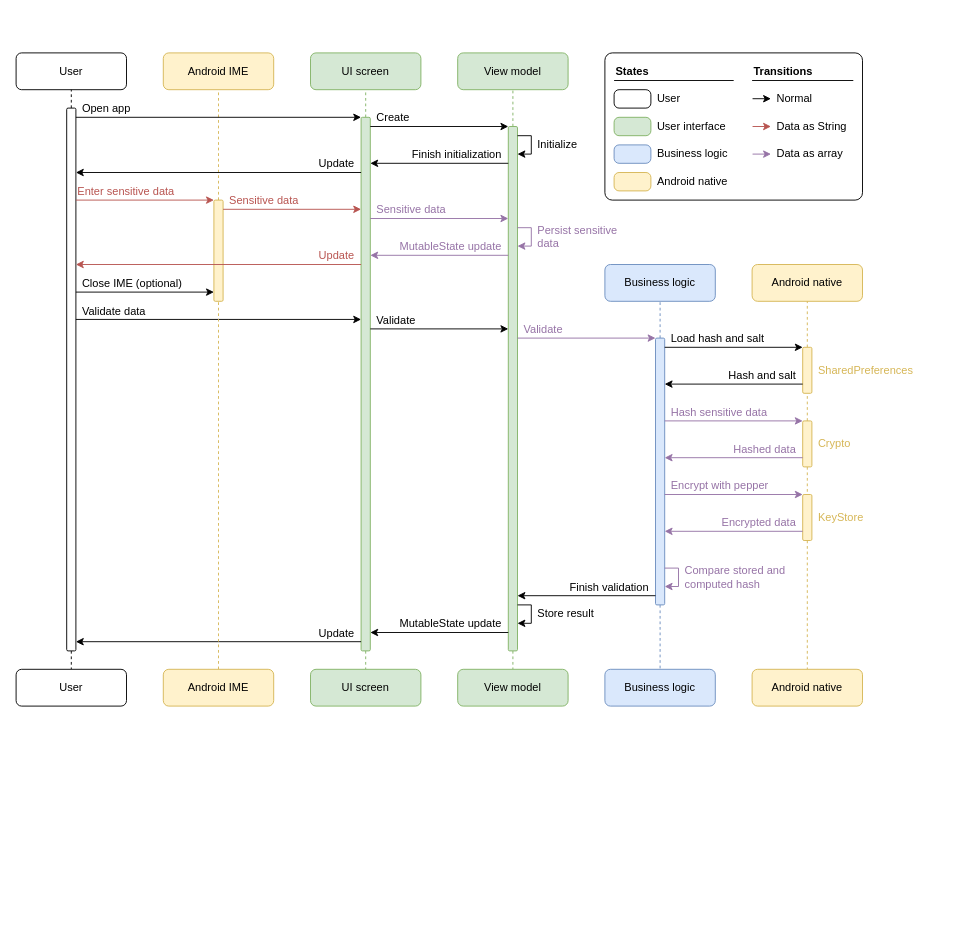
Christian-2003/password-vault keeps this draw.io diagram as docs/img/security/auth_data_flow.drawio. Above is the earlier version. Source tidied: cells renumbered, new cells numbered last; positions are measured from the earlier drawing's top-left corner, leaving out a move shared by most shapes. Both pictures are drawn from the tidied source at 92%, with x=0, y=0 at pixel (16, 52).
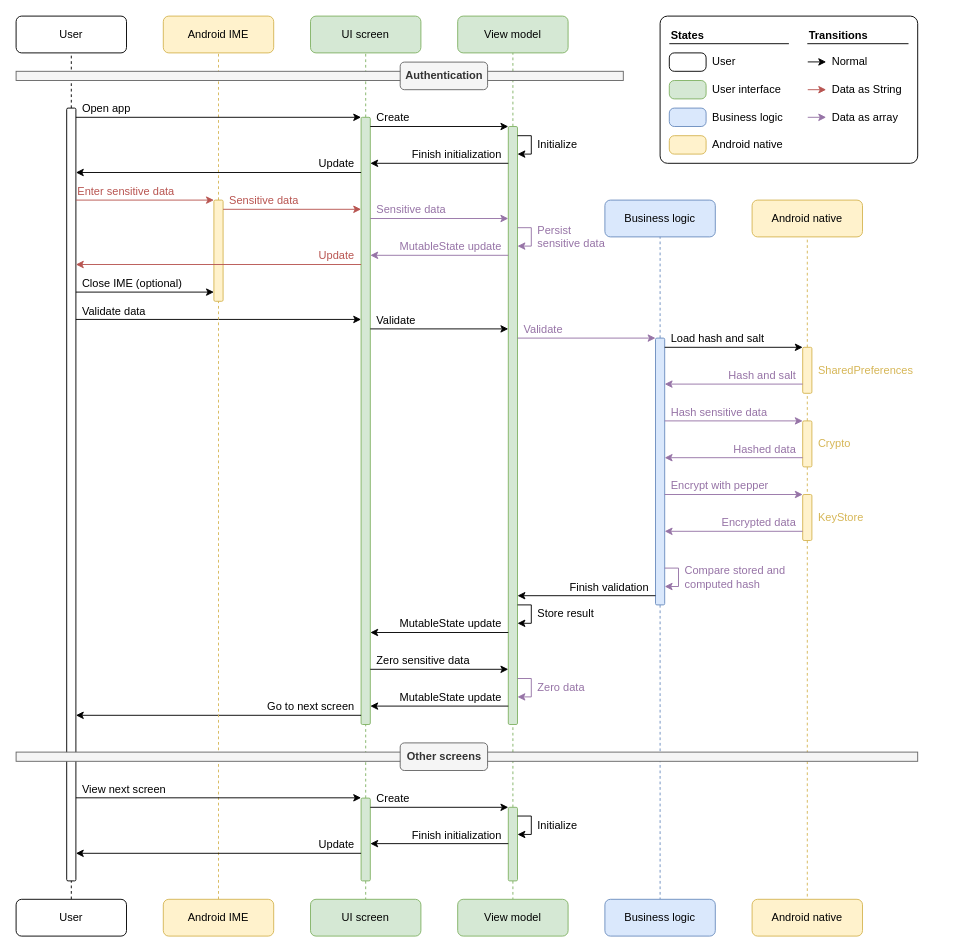
After the change.

Commit message (it also covers changes not shown here):
Auth risk analysis: Changes to data flow

Diff of the diagram source:
```diff
@@
-    <mxCell id="2" style="rounded=1;whiteSpace=wrap;html=1;fillColor=none;arcSize=5;" parent="1" vertex="1">
-      <mxGeometry x="640" width="280" height="160" as="geometry" />
-    </mxCell>
     <mxCell id="3" value="User" style="rounded=1;whiteSpace=wrap;html=1;" parent="1" vertex="1">
-      <mxGeometry width="120" height="40" as="geometry" />
+      <mxGeometry y="-40" width="120" height="40" as="geometry" />
     </mxCell>
@@
-    <mxCell id="5" style="edgeStyle=orthogonalEdgeStyle;rounded=0;jettySize=auto;html=1;exitX=0.5;exitY=1;exitDx=0;exitDy=0;entryX=0.5;entryY=0;entryDx=0;entryDy=0;endArrow=none;endFill=0;dashed=1;" parent="1" edge="1" source="6" target="85">
-      <mxGeometry relative="1" as="geometry" />
+    <mxCell id="5" style="edgeStyle=orthogonalEdgeStyle;rounded=0;jettySize=auto;html=1;exitX=0.5;exitY=1;exitDx=0;exitDy=0;entryX=0.5;entryY=0;entryDx=0;entryDy=0;endArrow=none;endFill=0;dashed=1;" parent="1" edge="1" target="85">
+      <mxGeometry relative="1" as="geometry">
+        <mxPoint x="60" y="920" as="sourcePoint" />
+      </mxGeometry>
     </mxCell>
     <mxCell id="6" style="rounded=1;whiteSpace=wrap;html=1;" parent="1" vertex="1">
-      <mxGeometry x="55" y="60" width="10" height="590" as="geometry" />
+      <mxGeometry x="55" y="60" width="10" height="840" as="geometry" />
     </mxCell>
     <mxCell id="7" value="Android IME" style="rounded=1;whiteSpace=wrap;html=1;fillColor=#fff2cc;strokeColor=#d6b656;" parent="1" vertex="1">
-      <mxGeometry x="160" width="120" height="40" as="geometry" />
+      <mxGeometry x="160" y="-40" width="120" height="40" as="geometry" />
     </mxCell>
     <mxCell id="8" value="View model" style="rounded=1;whiteSpace=wrap;html=1;fillColor=#d5e8d4;strokeColor=#82b366;" parent="1" vertex="1">
-      <mxGeometry x="480" width="120" height="40" as="geometry" />
+      <mxGeometry x="480" y="-40" width="120" height="40" as="geometry" />
     </mxCell>
     <mxCell id="9" value="Business logic" style="rounded=1;whiteSpace=wrap;html=1;fillColor=#dae8fc;strokeColor=#6c8ebf;" parent="1" vertex="1">
-      <mxGeometry x="640" y="230" width="120" height="40" as="geometry" />
+      <mxGeometry x="640" y="160" width="120" height="40" as="geometry" />
     </mxCell>
     <mxCell id="10" value="Android native" style="rounded=1;whiteSpace=wrap;html=1;fillColor=#fff2cc;strokeColor=#d6b656;" parent="1" vertex="1">
-      <mxGeometry x="800" y="230" width="120" height="40" as="geometry" />
+      <mxGeometry x="800" y="160" width="120" height="40" as="geometry" />
     </mxCell>
@@
-    <mxCell id="14" style="edgeStyle=orthogonalEdgeStyle;rounded=0;jettySize=auto;html=1;exitX=0.5;exitY=1;exitDx=0;exitDy=0;entryX=0.5;entryY=0;entryDx=0;entryDy=0;endArrow=none;endFill=0;dashed=1;fillColor=#d5e8d4;strokeColor=#82b366;" parent="1" edge="1" source="15" target="88">
+    <mxCell id="14" style="edgeStyle=orthogonalEdgeStyle;rounded=0;jettySize=auto;html=1;exitX=0.5;exitY=1;exitDx=0;exitDy=0;entryX=0.5;entryY=0;entryDx=0;entryDy=0;endArrow=none;endFill=0;dashed=1;fillColor=#d5e8d4;strokeColor=#82b366;" parent="1" edge="1" source="120" target="88">
       <mxGeometry relative="1" as="geometry" />
     </mxCell>
     <mxCell id="15" style="rounded=1;whiteSpace=wrap;html=1;fillColor=#d5e8d4;strokeColor=#82b366;" parent="1" vertex="1">
-      <mxGeometry x="535" y="80" width="10" height="570" as="geometry" />
+      <mxGeometry x="535" y="80" width="10" height="650" as="geometry" />
     </mxCell>
@@
     <mxCell id="23" value="UI screen" style="rounded=1;whiteSpace=wrap;html=1;fillColor=#d5e8d4;strokeColor=#82b366;" parent="1" vertex="1">
-      <mxGeometry x="320" width="120" height="40" as="geometry" />
+      <mxGeometry x="320" y="-40" width="120" height="40" as="geometry" />
     </mxCell>
@@
-    <mxCell id="25" style="edgeStyle=orthogonalEdgeStyle;rounded=0;jettySize=auto;html=1;exitX=0.5;exitY=1;exitDx=0;exitDy=0;entryX=0.5;entryY=0;entryDx=0;entryDy=0;endArrow=none;endFill=0;dashed=1;fillColor=#d5e8d4;strokeColor=#82b366;" parent="1" edge="1" source="26" target="91">
+    <mxCell id="25" style="edgeStyle=orthogonalEdgeStyle;rounded=0;jettySize=auto;html=1;exitX=0.5;exitY=1;exitDx=0;exitDy=0;entryX=0.5;entryY=0;entryDx=0;entryDy=0;endArrow=none;endFill=0;dashed=1;fillColor=#d5e8d4;strokeColor=#82b366;" parent="1" edge="1" source="118" target="91">
       <mxGeometry relative="1" as="geometry" />
     </mxCell>
     <mxCell id="26" style="rounded=1;whiteSpace=wrap;html=1;fillColor=#d5e8d4;strokeColor=#82b366;" parent="1" vertex="1">
-      <mxGeometry x="375" y="70" width="10" height="580" as="geometry" />
+      <mxGeometry x="375" y="70" width="10" height="660" as="geometry" />
     </mxCell>
@@
-    <mxCell id="42" value="Persist sensitive data" style="text;html=1;whiteSpace=wrap;strokeColor=none;fillColor=none;align=left;verticalAlign=middle;rounded=0;fontColor=#9673A6;" parent="1" vertex="1">
+    <mxCell id="42" value="&lt;div&gt;Persist&lt;/div&gt;&lt;div&gt;sensitive data&lt;/div&gt;" style="text;html=1;whiteSpace=wrap;strokeColor=none;fillColor=none;align=left;verticalAlign=middle;rounded=0;fontColor=#9673A6;" parent="1" vertex="1">
       <mxGeometry x="565" y="190" width="105" height="20" as="geometry" />
     </mxCell>
@@
-    <mxCell id="57" style="endArrow=none;html=1;rounded=0;endFill=0;startArrow=classic;startFill=1;" parent="1" edge="1">
+    <mxCell id="57" style="endArrow=none;html=1;rounded=0;endFill=0;startArrow=classic;startFill=1;fillColor=#e1d5e7;strokeColor=#9673a6;" parent="1" edge="1">
       <mxGeometry relative="1" as="geometry">
         <mxPoint x="705" y="360" as="sourcePoint" />
         <mxPoint x="855" y="360" as="targetPoint" />
       </mxGeometry>
     </mxCell>
-    <mxCell id="58" value="Hash and salt" style="text;html=1;whiteSpace=wrap;strokeColor=none;fillColor=none;align=right;verticalAlign=bottom;rounded=0;" parent="1" vertex="1">
+    <mxCell id="58" value="Hash and salt" style="text;html=1;whiteSpace=wrap;strokeColor=none;fillColor=none;align=right;verticalAlign=bottom;rounded=0;fontColor=#9673A6;" parent="1" vertex="1">
       <mxGeometry x="720" y="340" width="130" height="20" as="geometry" />
     </mxCell>
     <mxCell id="59" value="SharedPreferences" style="text;html=1;whiteSpace=wrap;strokeColor=none;fillColor=none;align=left;verticalAlign=middle;rounded=0;fontColor=#D6B656;" parent="1" vertex="1">
-      <mxGeometry x="870" y="320" width="150" height="50" as="geometry" />
+      <mxGeometry x="870" y="320" width="110" height="50" as="geometry" />
     </mxCell>
@@
     <mxCell id="63" value="Crypto" style="text;html=1;whiteSpace=wrap;strokeColor=none;fillColor=none;align=left;verticalAlign=middle;rounded=0;fontColor=#D6B656;" parent="1" vertex="1">
-      <mxGeometry x="870" y="400" width="150" height="50" as="geometry" />
+      <mxGeometry x="870" y="400" width="110" height="50" as="geometry" />
     </mxCell>
@@
     <mxCell id="72" value="KeyStore" style="text;html=1;whiteSpace=wrap;strokeColor=none;fillColor=none;align=left;verticalAlign=middle;rounded=0;fontColor=#D6B656;" parent="1" vertex="1">
-      <mxGeometry x="870" y="480" width="150" height="50" as="geometry" />
+      <mxGeometry x="870" y="480" width="110" height="50" as="geometry" />
     </mxCell>
@@
     <mxCell id="83" style="endArrow=none;html=1;rounded=0;endFill=0;startArrow=classic;startFill=1;" parent="1" edge="1">
       <mxGeometry relative="1" as="geometry">
-        <mxPoint x="65" y="640" as="sourcePoint" />
-        <mxPoint x="375" y="640" as="targetPoint" />
+        <mxPoint x="65" y="720" as="sourcePoint" />
+        <mxPoint x="375" y="720" as="targetPoint" />
       </mxGeometry>
     </mxCell>
-    <mxCell id="84" value="Update" style="text;html=1;whiteSpace=wrap;strokeColor=none;fillColor=none;align=right;verticalAlign=bottom;rounded=0;" parent="1" vertex="1">
-      <mxGeometry x="240" y="620" width="130" height="20" as="geometry" />
+    <mxCell id="84" value="Go to next screen" style="text;html=1;whiteSpace=wrap;strokeColor=none;fillColor=none;align=right;verticalAlign=bottom;rounded=0;" parent="1" vertex="1">
+      <mxGeometry x="240" y="700" width="130" height="20" as="geometry" />
     </mxCell>
+    <mxCell id="110" style="edgeStyle=orthogonalEdgeStyle;rounded=0;jettySize=auto;html=1;exitX=0.5;exitY=0;exitDx=0;exitDy=0;entryX=0.5;entryY=1;entryDx=0;entryDy=0;endArrow=none;endFill=0;dashed=1;" parent="1" edge="1" source="85" target="6">
+      <mxGeometry relative="1" as="geometry" />
+    </mxCell>
     <mxCell id="85" value="User" style="rounded=1;whiteSpace=wrap;html=1;" parent="1" vertex="1">
-      <mxGeometry y="670" width="120" height="40" as="geometry" />
+      <mxGeometry y="920" width="120" height="40" as="geometry" />
     </mxCell>
@@
     <mxCell id="87" value="Android IME" style="rounded=1;whiteSpace=wrap;html=1;fillColor=#fff2cc;strokeColor=#d6b656;" parent="1" vertex="1">
-      <mxGeometry x="160" y="670" width="120" height="40" as="geometry" />
+      <mxGeometry x="160" y="920" width="120" height="40" as="geometry" />
     </mxCell>
     <mxCell id="88" value="View model" style="rounded=1;whiteSpace=wrap;html=1;fillColor=#d5e8d4;strokeColor=#82b366;" parent="1" vertex="1">
-      <mxGeometry x="480" y="670" width="120" height="40" as="geometry" />
+      <mxGeometry x="480" y="920" width="120" height="40" as="geometry" />
     </mxCell>
     <mxCell id="89" value="Business logic" style="rounded=1;whiteSpace=wrap;html=1;fillColor=#dae8fc;strokeColor=#6c8ebf;" parent="1" vertex="1">
-      <mxGeometry x="640" y="670" width="120" height="40" as="geometry" />
+      <mxGeometry x="640" y="920" width="120" height="40" as="geometry" />
     </mxCell>
     <mxCell id="90" value="Android native" style="rounded=1;whiteSpace=wrap;html=1;fillColor=#fff2cc;strokeColor=#d6b656;" parent="1" vertex="1">
-      <mxGeometry x="800" y="670" width="120" height="40" as="geometry" />
+      <mxGeometry x="800" y="920" width="120" height="40" as="geometry" />
     </mxCell>
     <mxCell id="91" value="UI screen" style="rounded=1;whiteSpace=wrap;html=1;fillColor=#d5e8d4;strokeColor=#82b366;" parent="1" vertex="1">
-      <mxGeometry x="320" y="670" width="120" height="40" as="geometry" />
+      <mxGeometry x="320" y="920" width="120" height="40" as="geometry" />
     </mxCell>
     <mxCell id="92" style="rounded=1;whiteSpace=wrap;html=1;arcSize=27;" parent="1" vertex="1">
-      <mxGeometry x="650" y="40" width="40" height="20" as="geometry" />
+      <mxGeometry x="710" width="40" height="20" as="geometry" />
     </mxCell>
     <mxCell id="93" value="States" style="text;html=1;whiteSpace=wrap;strokeColor=none;fillColor=none;align=left;verticalAlign=bottom;rounded=0;fontStyle=1;" parent="1" vertex="1">
-      <mxGeometry x="650" y="10" width="130" height="20" as="geometry" />
+      <mxGeometry x="710" y="-30" width="130" height="20" as="geometry" />
     </mxCell>
     <mxCell id="94" style="rounded=1;whiteSpace=wrap;html=1;arcSize=27;fillColor=#d5e8d4;strokeColor=#82b366;" parent="1" vertex="1">
-      <mxGeometry x="650" y="70" width="40" height="20" as="geometry" />
+      <mxGeometry x="710" y="30" width="40" height="20" as="geometry" />
     </mxCell>
     <mxCell id="95" style="rounded=1;whiteSpace=wrap;html=1;arcSize=27;fillColor=#dae8fc;strokeColor=#6c8ebf;" parent="1" vertex="1">
-      <mxGeometry x="650" y="100" width="40" height="20" as="geometry" />
+      <mxGeometry x="710" y="60" width="40" height="20" as="geometry" />
     </mxCell>
     <mxCell id="96" style="rounded=1;whiteSpace=wrap;html=1;arcSize=27;fillColor=#fff2cc;strokeColor=#d6b656;" parent="1" vertex="1">
-      <mxGeometry x="650" y="130" width="40" height="20" as="geometry" />
+      <mxGeometry x="710" y="90" width="40" height="20" as="geometry" />
     </mxCell>
     <mxCell id="97" value="User" style="text;html=1;whiteSpace=wrap;strokeColor=none;fillColor=none;align=left;verticalAlign=middle;rounded=0;" parent="1" vertex="1">
-      <mxGeometry x="695" y="40" width="85" height="20" as="geometry" />
+      <mxGeometry x="755" width="85" height="20" as="geometry" />
     </mxCell>
     <mxCell id="98" value="User interface" style="text;html=1;whiteSpace=wrap;strokeColor=none;fillColor=none;align=left;verticalAlign=middle;rounded=0;" parent="1" vertex="1">
-      <mxGeometry x="695" y="70" width="85" height="20" as="geometry" />
+      <mxGeometry x="755" y="30" width="85" height="20" as="geometry" />
     </mxCell>
     <mxCell id="99" value="Business logic" style="text;html=1;whiteSpace=wrap;strokeColor=none;fillColor=none;align=left;verticalAlign=middle;rounded=0;" parent="1" vertex="1">
-      <mxGeometry x="695" y="100" width="85" height="20" as="geometry" />
+      <mxGeometry x="755" y="60" width="85" height="20" as="geometry" />
     </mxCell>
     <mxCell id="100" value="Android native" style="text;html=1;whiteSpace=wrap;strokeColor=none;fillColor=none;align=left;verticalAlign=middle;rounded=0;" parent="1" vertex="1">
-      <mxGeometry x="695" y="130" width="85" height="20" as="geometry" />
+      <mxGeometry x="755" y="90" width="85" height="20" as="geometry" />
     </mxCell>
     <mxCell id="101" value="Transitions" style="text;html=1;whiteSpace=wrap;strokeColor=none;fillColor=none;align=left;verticalAlign=bottom;rounded=0;fontStyle=1;" parent="1" vertex="1">
-      <mxGeometry x="800" y="10" width="110" height="20" as="geometry" />
+      <mxGeometry x="860" y="-30" width="110" height="20" as="geometry" />
     </mxCell>
     <mxCell id="102" style="endArrow=classic;html=1;rounded=0;" parent="1" edge="1">
       <mxGeometry relative="1" as="geometry">
-        <mxPoint x="800.5" y="49.8" as="sourcePoint" />
-        <mxPoint x="820.5" y="49.8" as="targetPoint" />
+        <mxPoint x="860.5" y="9.8" as="sourcePoint" />
+        <mxPoint x="880.5" y="9.8" as="targetPoint" />
       </mxGeometry>
     </mxCell>
     <mxCell id="103" style="endArrow=classic;html=1;rounded=0;fillColor=#f8cecc;strokeColor=#b85450;" parent="1" edge="1">
       <mxGeometry relative="1" as="geometry">
-        <mxPoint x="800.5" y="80" as="sourcePoint" />
-        <mxPoint x="820.5" y="80" as="targetPoint" />
+        <mxPoint x="860.5" y="40" as="sourcePoint" />
+        <mxPoint x="880.5" y="40" as="targetPoint" />
       </mxGeometry>
     </mxCell>
     <mxCell id="104" style="endArrow=classic;html=1;rounded=0;fillColor=#e1d5e7;strokeColor=#9673a6;" parent="1" edge="1">
       <mxGeometry relative="1" as="geometry">
-        <mxPoint x="800.5" y="110" as="sourcePoint" />
-        <mxPoint x="820.5" y="110" as="targetPoint" />
+        <mxPoint x="860.5" y="70" as="sourcePoint" />
+        <mxPoint x="880.5" y="70" as="targetPoint" />
       </mxGeometry>
     </mxCell>
     <mxCell id="105" value="Normal" style="text;html=1;whiteSpace=wrap;strokeColor=none;fillColor=none;align=left;verticalAlign=middle;rounded=0;" parent="1" vertex="1">
-      <mxGeometry x="825" y="40" width="85" height="20" as="geometry" />
+      <mxGeometry x="885" width="85" height="20" as="geometry" />
     </mxCell>
     <mxCell id="106" value="Data as String" style="text;html=1;whiteSpace=wrap;strokeColor=none;fillColor=none;align=left;verticalAlign=middle;rounded=0;" parent="1" vertex="1">
-      <mxGeometry x="825" y="70" width="85" height="20" as="geometry" />
+      <mxGeometry x="885" y="30" width="85" height="20" as="geometry" />
     </mxCell>
     <mxCell id="107" value="Data as array" style="text;html=1;whiteSpace=wrap;strokeColor=none;fillColor=none;align=left;verticalAlign=middle;rounded=0;" parent="1" vertex="1">
-      <mxGeometry x="825" y="100" width="85" height="20" as="geometry" />
+      <mxGeometry x="885" y="60" width="85" height="20" as="geometry" />
     </mxCell>
@@
+    <mxCell id="111" style="endArrow=classic;html=1;rounded=0;" parent="1" edge="1">
+      <mxGeometry relative="1" as="geometry">
+        <mxPoint x="385" y="670" as="sourcePoint" />
+        <mxPoint x="535" y="670" as="targetPoint" />
+      </mxGeometry>
+    </mxCell>
+    <mxCell id="112" value="Zero sensitive data" style="text;html=1;whiteSpace=wrap;strokeColor=none;fillColor=none;align=left;verticalAlign=bottom;rounded=0;" parent="1" vertex="1">
+      <mxGeometry x="390" y="650" width="130" height="20" as="geometry" />
+    </mxCell>
+    <mxCell id="113" style="endArrow=classic;html=1;rounded=0;fillColor=#e1d5e7;strokeColor=#9673a6;" parent="1" edge="1">
+      <mxGeometry relative="1" as="geometry">
+        <mxPoint x="545" y="680" as="sourcePoint" />
+        <mxPoint x="545" y="700" as="targetPoint" />
+        <Array as="points">
+          <mxPoint x="560" y="680" />
+          <mxPoint x="560" y="700" />
+        </Array>
+      </mxGeometry>
+    </mxCell>
+    <mxCell id="114" value="Zero data" style="text;html=1;whiteSpace=wrap;strokeColor=none;fillColor=none;align=left;verticalAlign=middle;rounded=0;fontColor=#9673A6;" parent="1" vertex="1">
+      <mxGeometry x="565" y="680" width="105" height="20" as="geometry" />
+    </mxCell>
+    <mxCell id="115" style="endArrow=none;html=1;rounded=0;endFill=0;startArrow=classic;startFill=1;" parent="1" edge="1">
+      <mxGeometry relative="1" as="geometry">
+        <mxPoint x="385" y="710" as="sourcePoint" />
+        <mxPoint x="535" y="710" as="targetPoint" />
+      </mxGeometry>
+    </mxCell>
+    <mxCell id="116" value="MutableState update" style="text;html=1;whiteSpace=wrap;strokeColor=none;fillColor=none;align=right;verticalAlign=bottom;rounded=0;" parent="1" vertex="1">
+      <mxGeometry x="400" y="690" width="130" height="20" as="geometry" />
+    </mxCell>
+    <mxCell id="117" style="edgeStyle=orthogonalEdgeStyle;rounded=0;jettySize=auto;html=1;exitX=0.5;exitY=0;exitDx=0;exitDy=0;entryX=0.5;entryY=1;entryDx=0;entryDy=0;dashed=1;endArrow=none;endFill=0;fillColor=#d5e8d4;strokeColor=#82b366;" parent="1" edge="1" source="118" target="26">
+      <mxGeometry relative="1" as="geometry" />
+    </mxCell>
+    <mxCell id="118" style="rounded=1;whiteSpace=wrap;html=1;fillColor=#d5e8d4;strokeColor=#82b366;" parent="1" vertex="1">
+      <mxGeometry x="375" y="810" width="10" height="90" as="geometry" />
+    </mxCell>
+    <mxCell id="119" style="edgeStyle=orthogonalEdgeStyle;rounded=0;jettySize=auto;html=1;exitX=0.5;exitY=0;exitDx=0;exitDy=0;entryX=0.5;entryY=1;entryDx=0;entryDy=0;endArrow=none;endFill=0;dashed=1;fillColor=#d5e8d4;strokeColor=#82b366;" parent="1" edge="1" source="120" target="15">
+      <mxGeometry relative="1" as="geometry" />
+    </mxCell>
+    <mxCell id="120" style="rounded=1;whiteSpace=wrap;html=1;fillColor=#d5e8d4;strokeColor=#82b366;" parent="1" vertex="1">
+      <mxGeometry x="535" y="820" width="10" height="80" as="geometry" />
+    </mxCell>
+    <mxCell id="121" style="endArrow=classic;html=1;rounded=0;" parent="1" edge="1">
+      <mxGeometry relative="1" as="geometry">
+        <mxPoint x="65" y="809.7" as="sourcePoint" />
+        <mxPoint x="375" y="809.7" as="targetPoint" />
+      </mxGeometry>
+    </mxCell>
+    <mxCell id="122" value="View next screen" style="text;html=1;whiteSpace=wrap;strokeColor=none;fillColor=none;align=left;verticalAlign=bottom;rounded=0;" parent="1" vertex="1">
+      <mxGeometry x="70" y="790" width="130" height="20" as="geometry" />
+    </mxCell>
+    <mxCell id="123" style="endArrow=classic;html=1;rounded=0;" parent="1" edge="1">
+      <mxGeometry relative="1" as="geometry">
+        <mxPoint x="385" y="820" as="sourcePoint" />
+        <mxPoint x="535" y="820" as="targetPoint" />
+      </mxGeometry>
+    </mxCell>
+    <mxCell id="124" value="Create" style="text;html=1;whiteSpace=wrap;strokeColor=none;fillColor=none;align=left;verticalAlign=bottom;rounded=0;" parent="1" vertex="1">
+      <mxGeometry x="390" y="800" width="130" height="20" as="geometry" />
+    </mxCell>
+    <mxCell id="125" style="endArrow=classic;html=1;rounded=0;" parent="1" edge="1">
+      <mxGeometry relative="1" as="geometry">
+        <mxPoint x="545" y="829.5" as="sourcePoint" />
+        <mxPoint x="545" y="849.5" as="targetPoint" />
+        <Array as="points">
+          <mxPoint x="560" y="829.5" />
+          <mxPoint x="560" y="849.5" />
+        </Array>
+      </mxGeometry>
+    </mxCell>
+    <mxCell id="126" style="endArrow=none;html=1;rounded=0;endFill=0;startArrow=classic;startFill=1;" parent="1" edge="1">
+      <mxGeometry relative="1" as="geometry">
+        <mxPoint x="385" y="859.5" as="sourcePoint" />
+        <mxPoint x="535" y="859.5" as="targetPoint" />
+      </mxGeometry>
+    </mxCell>
+    <mxCell id="127" value="Finish initialization" style="text;html=1;whiteSpace=wrap;strokeColor=none;fillColor=none;align=right;verticalAlign=bottom;rounded=0;" parent="1" vertex="1">
+      <mxGeometry x="400" y="839.5" width="130" height="20" as="geometry" />
+    </mxCell>
+    <mxCell id="128" value="Initialize" style="text;html=1;whiteSpace=wrap;strokeColor=none;fillColor=none;align=left;verticalAlign=middle;rounded=0;" parent="1" vertex="1">
+      <mxGeometry x="565" y="830" width="105" height="20" as="geometry" />
+    </mxCell>
+    <mxCell id="129" style="endArrow=none;html=1;rounded=0;endFill=0;startArrow=classic;startFill=1;" parent="1" edge="1">
+      <mxGeometry relative="1" as="geometry">
+        <mxPoint x="65" y="870" as="sourcePoint" />
+        <mxPoint x="375" y="870" as="targetPoint" />
+      </mxGeometry>
+    </mxCell>
+    <mxCell id="130" value="Update" style="text;html=1;whiteSpace=wrap;strokeColor=none;fillColor=none;align=right;verticalAlign=bottom;rounded=0;" parent="1" vertex="1">
+      <mxGeometry x="240" y="850" width="130" height="20" as="geometry" />
+    </mxCell>
+    <mxCell id="131" style="rounded=0;whiteSpace=wrap;html=1;fillColor=#f5f5f5;fontColor=#333333;strokeColor=#666666;" parent="1" vertex="1">
+      <mxGeometry y="760" width="980" height="10" as="geometry" />
+    </mxCell>
+    <mxCell id="132" value="Other screens" style="rounded=1;whiteSpace=wrap;html=1;fillColor=#f5f5f5;fontColor=#333333;strokeColor=#666666;fontStyle=1;" parent="1" vertex="1">
+      <mxGeometry x="417.5" y="750" width="95" height="30" as="geometry" />
+    </mxCell>
+    <mxCell id="133" style="rounded=0;whiteSpace=wrap;html=1;fillColor=#f5f5f5;fontColor=#333333;strokeColor=#666666;" parent="1" vertex="1">
+      <mxGeometry y="20" width="660" height="10" as="geometry" />
+    </mxCell>
+    <mxCell id="134" value="Authentication" style="rounded=1;whiteSpace=wrap;html=1;fillColor=#f5f5f5;fontColor=#333333;strokeColor=#666666;fontStyle=1;" parent="1" vertex="1">
+      <mxGeometry x="417.5" y="10" width="95" height="30" as="geometry" />
+    </mxCell>
+    <mxCell id="2" style="rounded=1;whiteSpace=wrap;html=1;fillColor=none;arcSize=5;" parent="1" vertex="1">
+      <mxGeometry x="700" y="-40" width="280" height="160" as="geometry" />
+    </mxCell>
```
